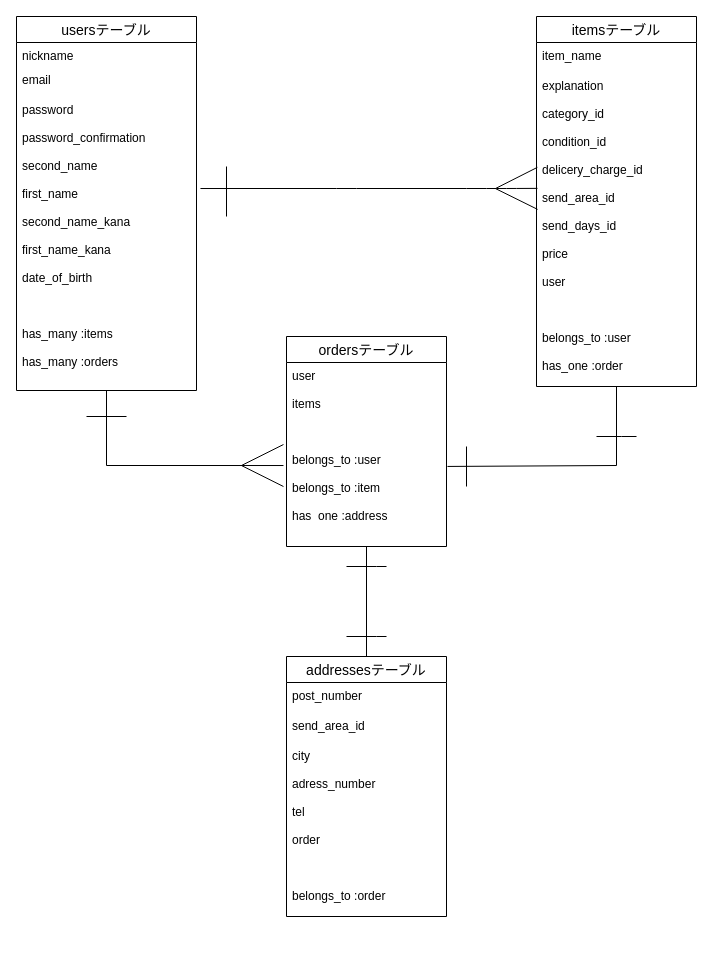
Above: er.dio in naoto-so/furima-38148 (draw.io), before the change. Source tidied: cells renumbered, new cells numbered last; positions are measured from the earlier drawing's top-left corner, leaving out a move shared by most shapes. Both pictures are drawn from the tidied source at 100%, with x=0, y=0 at pixel (16, 16).
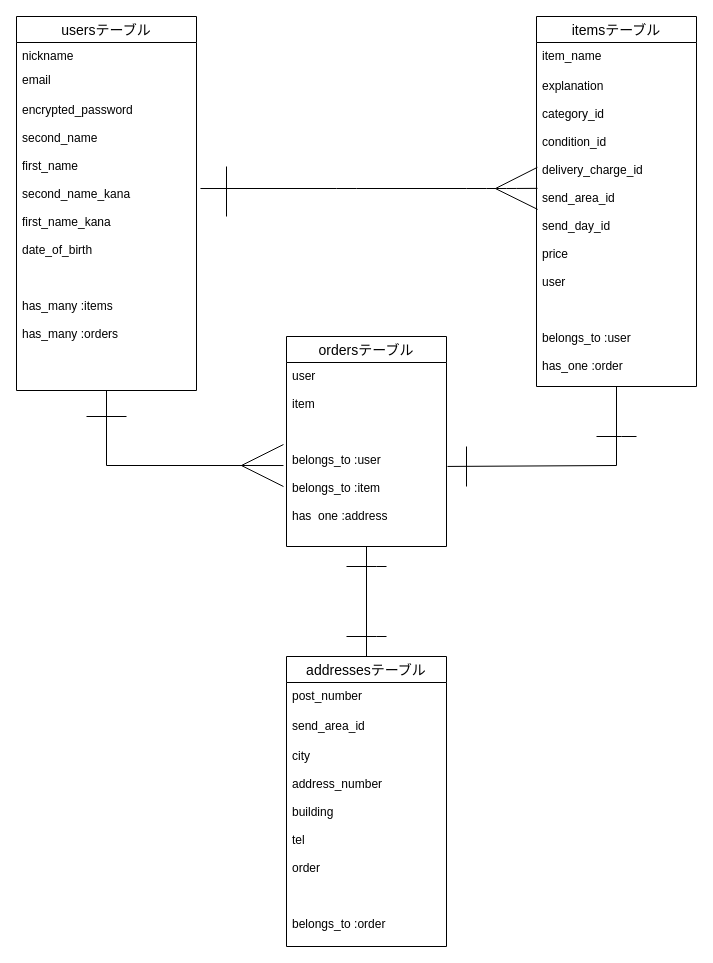
The same diagram, later.

Commit message:
データベースの修正３

The change refers to these unchanged cells:
```xml
<mxCell id="3" value="usersテーブル" style="swimlane;fontStyle=0;horizontal=1;startSize=26;align=center;fontSize=14;" parent="1" vertex="1">
  <mxGeometry width="180" height="374" as="geometry" />
</mxCell>
<mxCell id="8" value="itemsテーブル" style="swimlane;fontStyle=0;horizontal=1;startSize=26;align=center;fontSize=14;" parent="1" vertex="1">
  <mxGeometry x="520" width="160" height="370" as="geometry" />
</mxCell>
```

Change to the diagram source:
```diff
@@
-    <mxCell id="6" value="password&#10;&#10;password_confirmation&#10;&#10;second_name&#10;&#10;first_name&#10;&#10;second_name_kana&#10;&#10;first_name_kana&#10;&#10;date_of_birth&#10;&#10;&#10;&#10;has_many :items&#10;&#10;has_many :orders" style="text;strokeColor=none;fillColor=none;spacingLeft=4;spacingRight=4;overflow=hidden;points=[[0,0.5],[1,0.5]];portConstraint=eastwest;fontSize=12;" parent="3" vertex="1">
+    <mxCell id="6" value="encrypted_password&#10;&#10;second_name&#10;&#10;first_name&#10;&#10;second_name_kana&#10;&#10;first_name_kana&#10;&#10;date_of_birth&#10;&#10;&#10;&#10;has_many :items&#10;&#10;has_many :orders" style="text;strokeColor=none;fillColor=none;spacingLeft=4;spacingRight=4;overflow=hidden;points=[[0,0.5],[1,0.5]];portConstraint=eastwest;fontSize=12;" parent="3" vertex="1">
       <mxGeometry y="80" width="180" height="294" as="geometry" />
     </mxCell>
@@
-    <mxCell id="10" value="explanation&#10;&#10;category_id&#10;&#10;condition_id&#10;&#10;delicery_charge_id&#10;&#10;send_area_id&#10;&#10;send_days_id&#10;&#10;price&#10;&#10;user&#10;&#10;&#10;&#10;belongs_to :user&#10;&#10;has_one :order" style="text;strokeColor=none;fillColor=none;spacingLeft=4;spacingRight=4;overflow=hidden;points=[[0,0.5],[1,0.5]];portConstraint=eastwest;fontSize=12;" parent="8" vertex="1">
+    <mxCell id="10" value="explanation&#10;&#10;category_id&#10;&#10;condition_id&#10;&#10;delivery_charge_id&#10;&#10;send_area_id&#10;&#10;send_day_id&#10;&#10;price&#10;&#10;user&#10;&#10;&#10;&#10;belongs_to :user&#10;&#10;has_one :order" style="text;strokeColor=none;fillColor=none;spacingLeft=4;spacingRight=4;overflow=hidden;points=[[0,0.5],[1,0.5]];portConstraint=eastwest;fontSize=12;" parent="8" vertex="1">
       <mxGeometry y="56" width="160" height="314" as="geometry" />
     </mxCell>
@@
     <mxCell id="18" value="addressesテーブル" style="swimlane;fontStyle=0;horizontal=1;startSize=26;align=center;fontSize=14;" parent="1" vertex="1">
-      <mxGeometry x="270" y="640" width="160" height="260" as="geometry" />
+      <mxGeometry x="270" y="640" width="160" height="290" as="geometry" />
     </mxCell>
@@
-    <mxCell id="21" value="city&#10;&#10;adress_number&#10;&#10;tel&#10;&#10;order&#10;&#10;&#10;&#10;belongs_to :order" style="text;strokeColor=none;fillColor=none;spacingLeft=4;spacingRight=4;overflow=hidden;fontSize=12;" parent="18" vertex="1">
-      <mxGeometry y="86" width="160" height="174" as="geometry" />
+    <mxCell id="21" value="city&#10;&#10;address_number&#10;&#10;building&#10;&#10;tel&#10;&#10;order&#10;&#10;&#10;&#10;belongs_to :order" style="text;strokeColor=none;fillColor=none;spacingLeft=4;spacingRight=4;overflow=hidden;fontSize=12;" parent="18" vertex="1">
+      <mxGeometry y="86" width="160" height="204" as="geometry" />
     </mxCell>
@@
-    <mxCell id="24" value="user&#10;&#10;items&#10;&#10;&#10;&#10;belongs_to :user&#10;&#10;belongs_to :item&#10;&#10;has_one :address" style="text;strokeColor=none;fillColor=none;spacingLeft=4;spacingRight=4;overflow=hidden;points=[[0,0.5],[1,0.5]];portConstraint=eastwest;fontSize=12;" parent="1" vertex="1">
+    <mxCell id="24" value="user&#10;&#10;item&#10;&#10;&#10;&#10;belongs_to :user&#10;&#10;belongs_to :item&#10;&#10;has_one :address" style="text;strokeColor=none;fillColor=none;spacingLeft=4;spacingRight=4;overflow=hidden;points=[[0,0.5],[1,0.5]];portConstraint=eastwest;fontSize=12;" parent="1" vertex="1">
       <mxGeometry x="270" y="346" width="160" height="154" as="geometry" />
     </mxCell>
```
